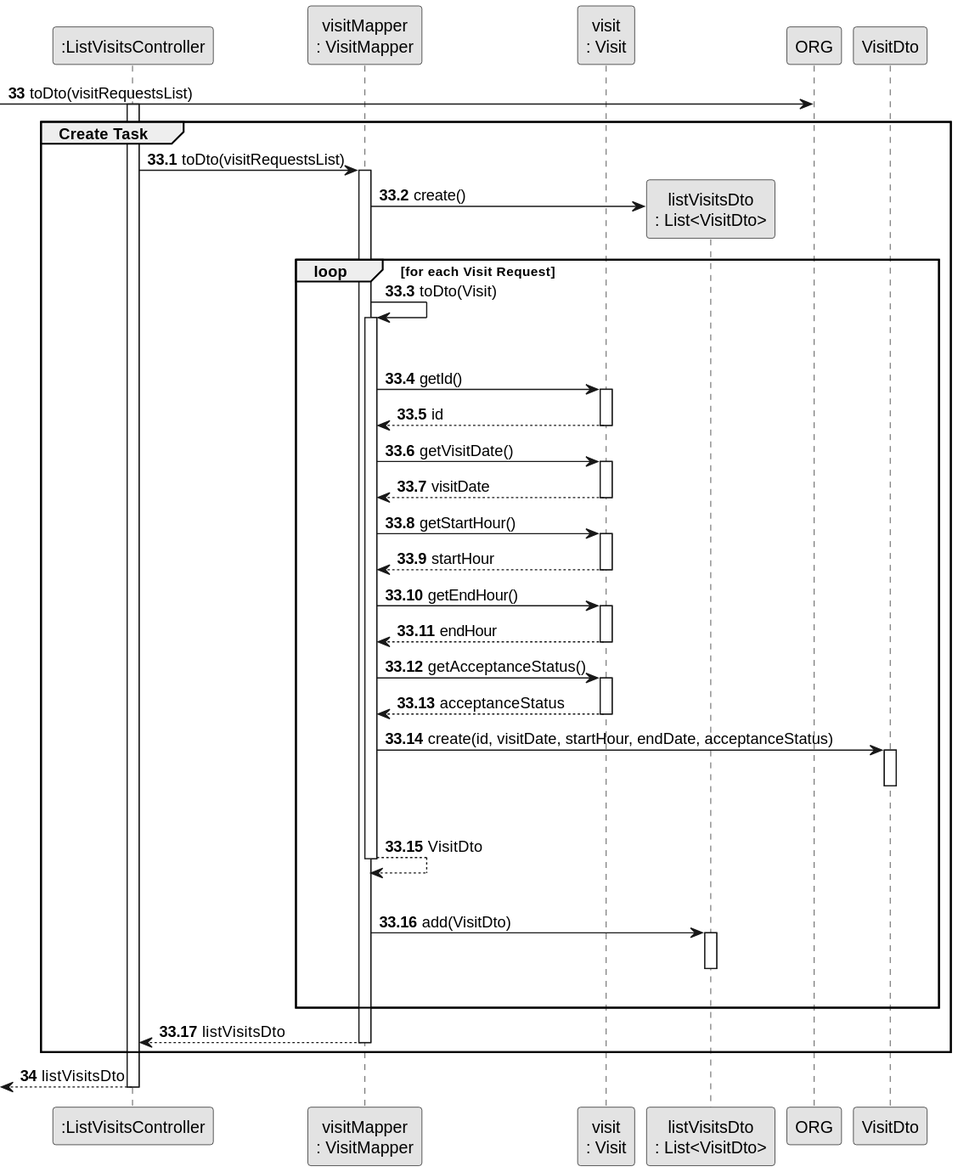
rita-barbosa/LAPR2-2223 keeps this PlantUML diagram as docs/sprintD/us015/03.design/svg/us015-sequence-diagram-partial-convert-visits-list-to-dto.svg. Above is the earlier version. The source it was exported from:
```plantuml
@startuml
skinparam monochrome true
skinparam packageStyle rectangle
skinparam shadowing false

participant ":ListVisitsController" as CTRL
participant "visitMapper\n: VisitMapper" as VisitMapper
participant "visit\n: Visit" as Visit
participant "listVisitsDto\n: List<VisitDto>" as VisitDtoList

autonumber 33
-> ORG: toDto(visitRequestsList)

autonumber 33.1
activate CTRL
    group Create Task

        CTRL -> VisitMapper : toDto(visitRequestsList)
                     activate VisitMapper

                     VisitMapper -> VisitDtoList**: create()

                            loop for each Visit Request

                            VisitMapper -> VisitMapper : toDto(Visit)
                            activate VisitMapper
                                 |||

                                VisitMapper -> Visit : getId()
                                activate Visit

                                Visit --> VisitMapper : id
                                deactivate Visit

                                VisitMapper -> Visit : getVisitDate()
                                activate Visit

                                Visit --> VisitMapper : visitDate
                                deactivate Visit

                                VisitMapper -> Visit : getStartHour()
                                activate Visit

                                Visit --> VisitMapper : startHour
                                deactivate Visit

                                VisitMapper -> Visit : getEndHour()
                                activate Visit

                                Visit --> VisitMapper : endHour
                                deactivate Visit

                                VisitMapper -> Visit : getAcceptanceStatus()
                                activate Visit

                                Visit --> VisitMapper : acceptanceStatus
                                deactivate Visit

                                VisitMapper -> VisitDto : create(id, visitDate, startHour, endDate, acceptanceStatus)
                                activate VisitDto
                                deactivate VisitDto

                            |||
                            VisitMapper --> VisitMapper: VisitDto
                            deactivate VisitMapper
                            |||
                            VisitMapper -> VisitDtoList: add(VisitDto)
                            activate VisitDtoList
                            deactivate VisitDtoList

                            |||
                            end loop

                         VisitMapper --> CTRL : listVisitsDto
                         deactivate VisitMapper
    end

    autonumber 34
    <-- CTRL : listVisitsDto
deactivate CTRL
@enduml
```
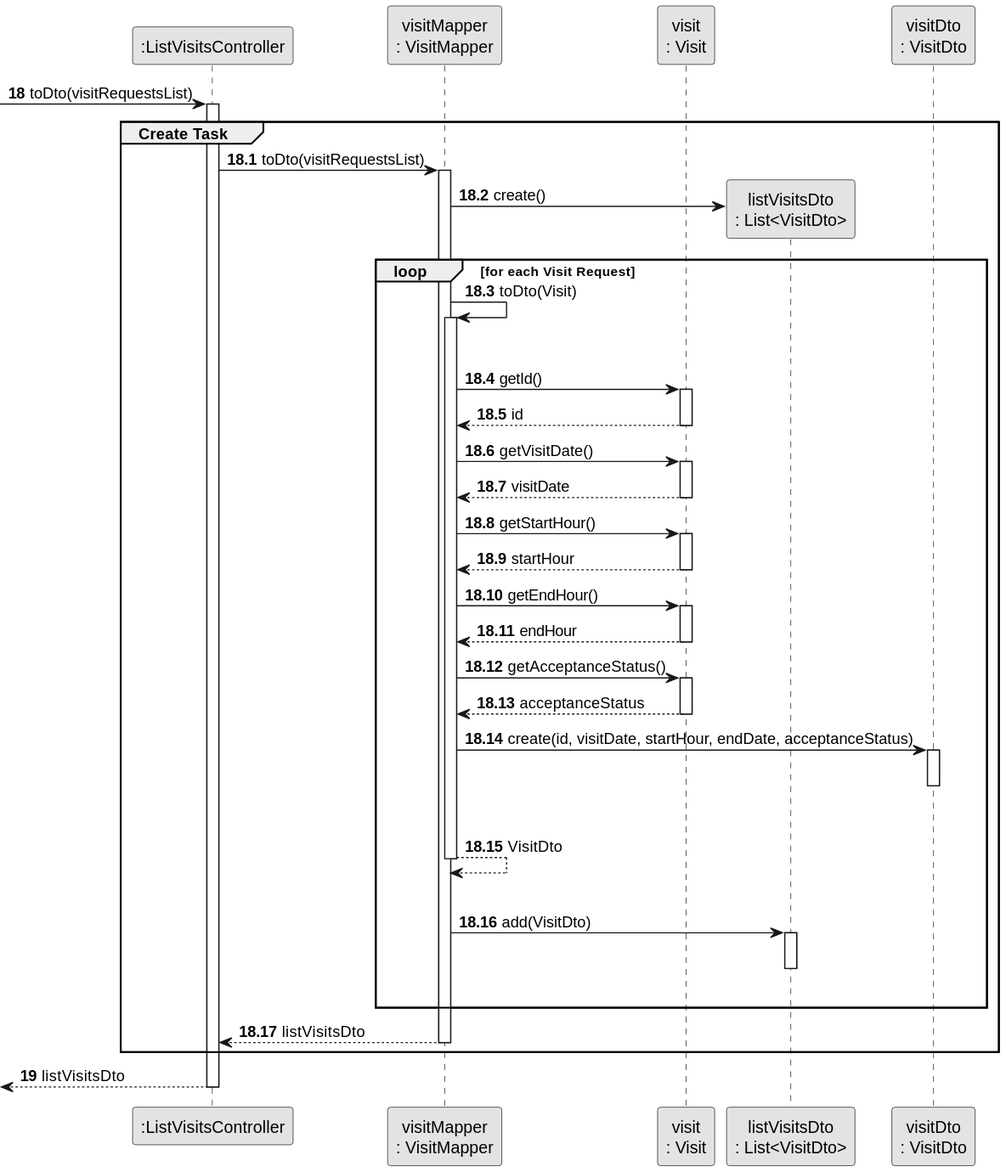
The same diagram one commit later.

Commit message:
Update Sequence Diagram (all) & Class Diagram + SVG's [US015][Design]

The edit, as a diff of the source:
```diff
@@ -7,11 +7,13 @@
 participant "visitMapper\n: VisitMapper" as VisitMapper
 participant "visit\n: Visit" as Visit
 participant "listVisitsDto\n: List<VisitDto>" as VisitDtoList
+participant "visitDto\n: VisitDto" as VisitDto
 
-autonumber 33
--> ORG: toDto(visitRequestsList)
 
-autonumber 33.1
+autonumber 18
+-> CTRL: toDto(visitRequestsList)
+
+autonumber 18.1
 activate CTRL
     group Create Task
 
@@ -75,7 +77,7 @@
                          deactivate VisitMapper
     end
 
-    autonumber 34
+    autonumber 19
     <-- CTRL : listVisitsDto
 deactivate CTRL
 @enduml
```
